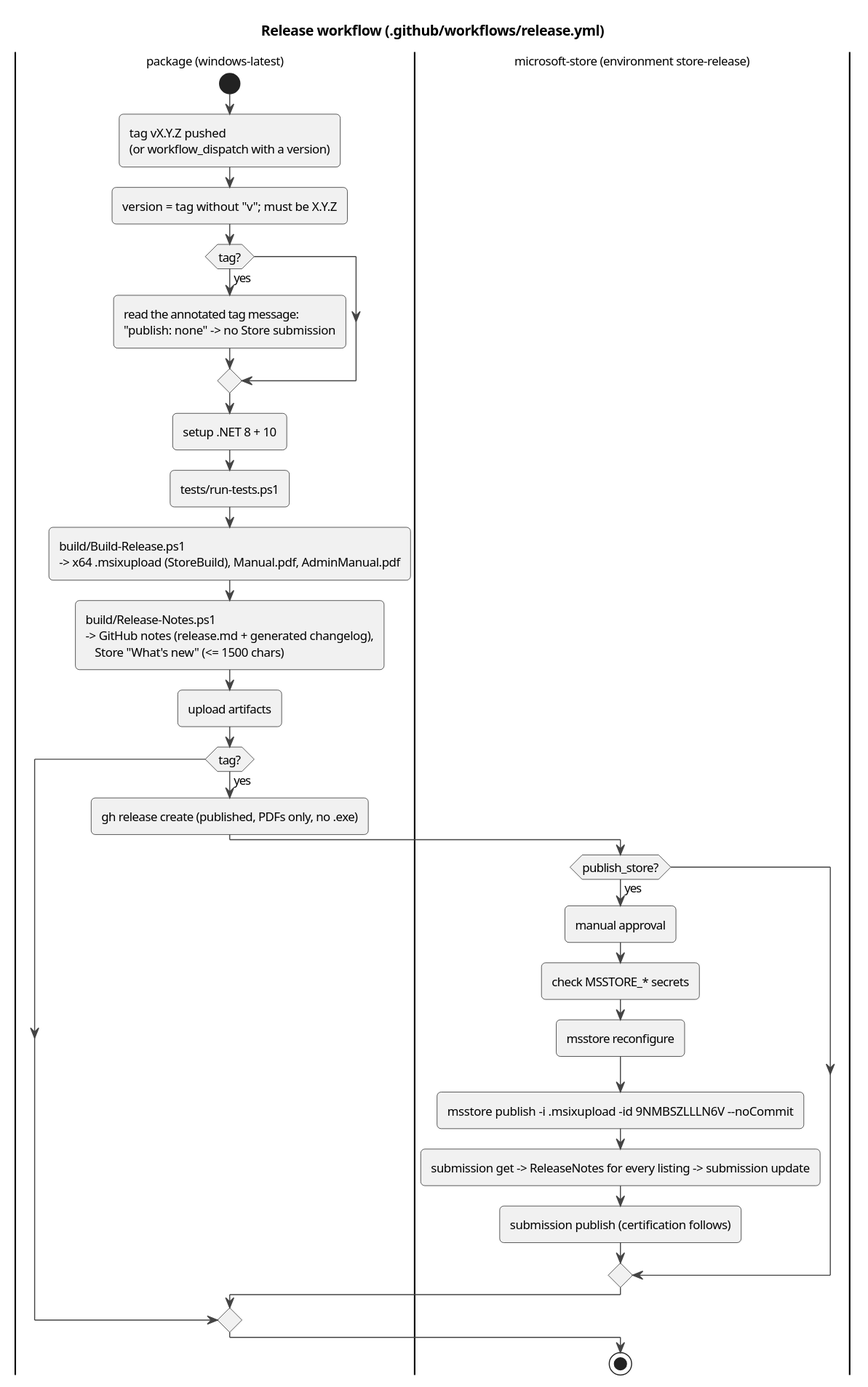
This is docs/architecture/diagrams/act-release.svg from halatsWol/TextTemplateManager-v2, a PlantUML export, as it was before one commit. The source it was exported from:
```plantuml
@startuml
!include _style.iuml
title Release workflow (.github/workflows/release.yml)

|package (windows-latest)|
start
:tag vX.Y.Z pushed\n(or workflow_dispatch with a version);
:version = tag without "v"; must be X.Y.Z;
if (tag?) then (yes)
  :read the annotated tag message:\n"publish: none" -> no Store submission;
endif
:setup .NET 8 + 10;
:tests/run-tests.ps1;
:build/Build-Release.ps1\n-> x64 .msixupload (StoreBuild), Manual.pdf, AdminManual.pdf;
:build/Release-Notes.ps1\n-> GitHub notes (release.md + generated changelog),\n   Store "What's new" (<= 1500 chars);
:upload artifacts;
if (tag?) then (yes)
  :gh release create (published, PDFs only, no .exe);
  |microsoft-store (environment store-release)|
  if (publish_store?) then (yes)
    :manual approval;
    :check MSSTORE_* secrets;
    :msstore reconfigure;
    :msstore publish -i .msixupload -id 9NMBSZLLLN6V --noCommit;
    :submission get -> ReleaseNotes for every listing -> submission update;
    :submission publish (certification follows);
  endif
endif
stop
@enduml
```
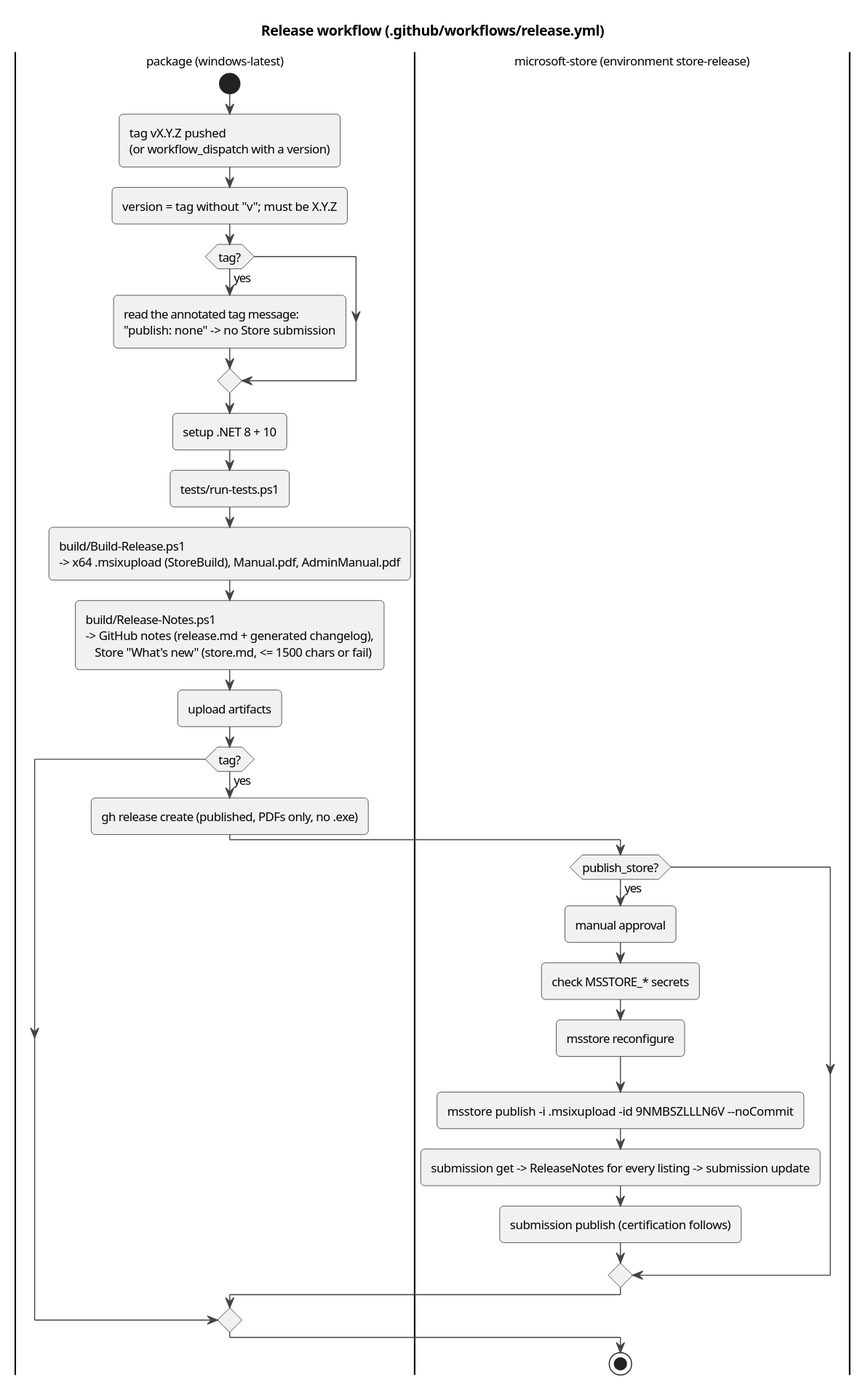
Above is the later version.

Commit message:
store.md: Store texts to paste; the workflow takes What s new from it and fails over 1500 chars

The edit, as a diff of the source:
```diff
@@ -12,7 +12,7 @@
 :setup .NET 8 + 10;
 :tests/run-tests.ps1;
 :build/Build-Release.ps1\n-> x64 .msixupload (StoreBuild), Manual.pdf, AdminManual.pdf;
-:build/Release-Notes.ps1\n-> GitHub notes (release.md + generated changelog),\n   Store "What's new" (<= 1500 chars);
+:build/Release-Notes.ps1\n-> GitHub notes (release.md + generated changelog),\n   Store "What's new" (store.md, <= 1500 chars or fail);
 :upload artifacts;
 if (tag?) then (yes)
   :gh release create (published, PDFs only, no .exe);
```
